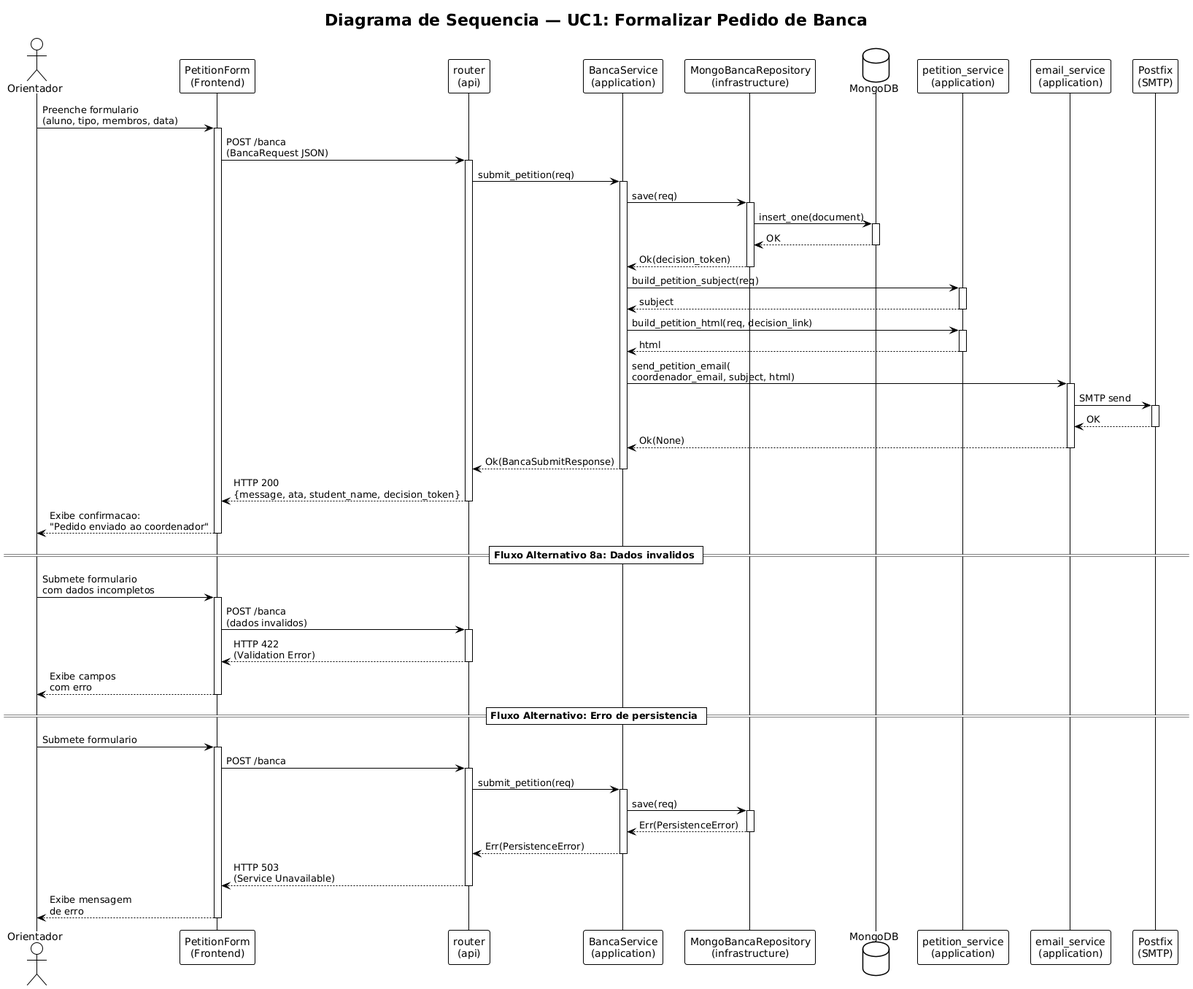
gabrielstoffel/eng_soft keeps this PlantUML diagram as documentation/images/sequence-uc1-submit.png. Above is the earlier version.
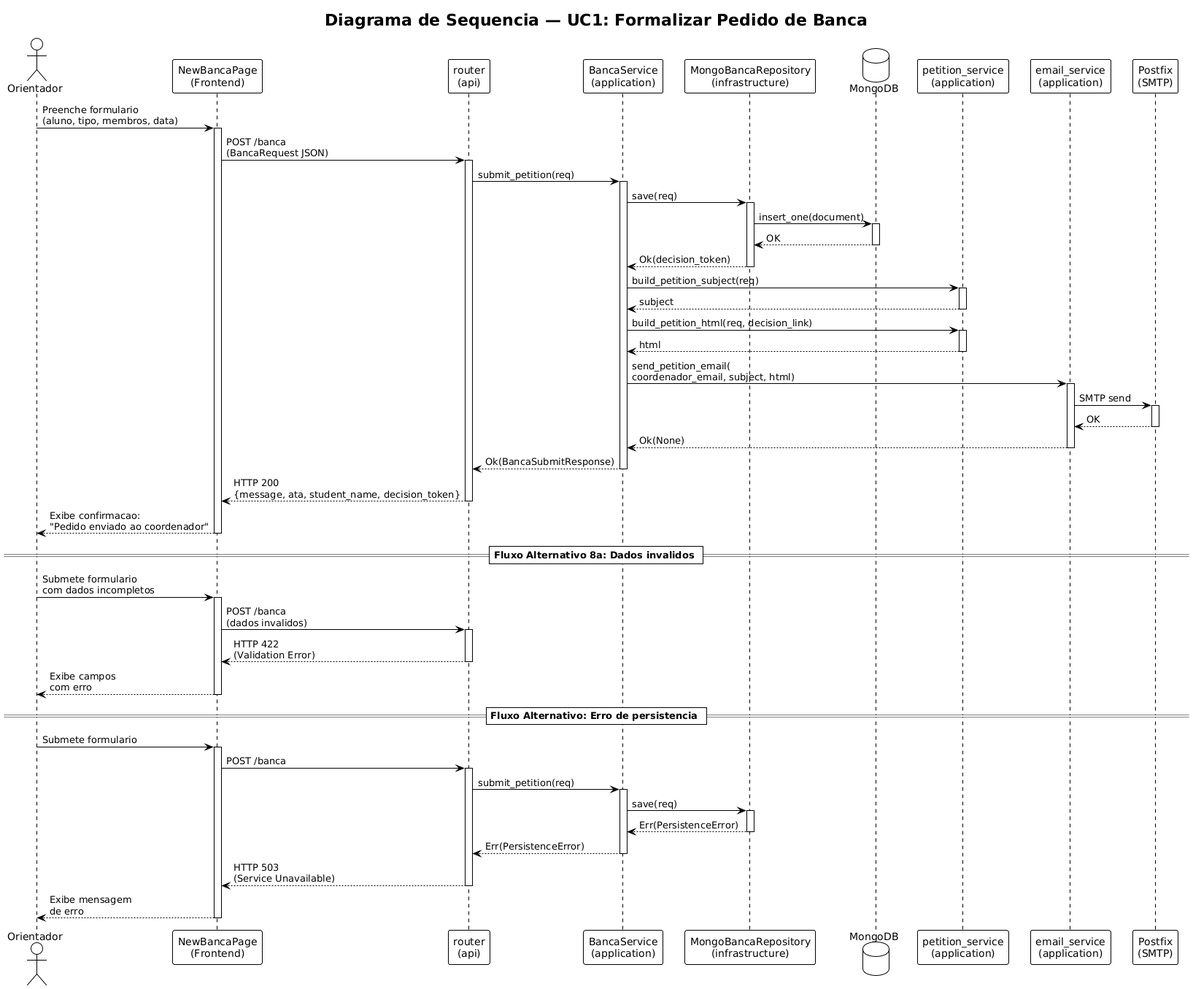
After the commit.

Diff of the diagram source:
```diff
@@ -5,7 +5,7 @@
 title Diagrama de Sequencia — UC1: Formalizar Pedido de Banca
 
 actor "Orientador" as orientador
-participant "PetitionForm\n(Frontend)" as frontend
+participant "NewBancaPage\n(Frontend)" as frontend
 participant "router\n(api)" as router
 participant "BancaService\n(application)" as service
 participant "MongoBancaRepository\n(infrastructure)" as repo
```
